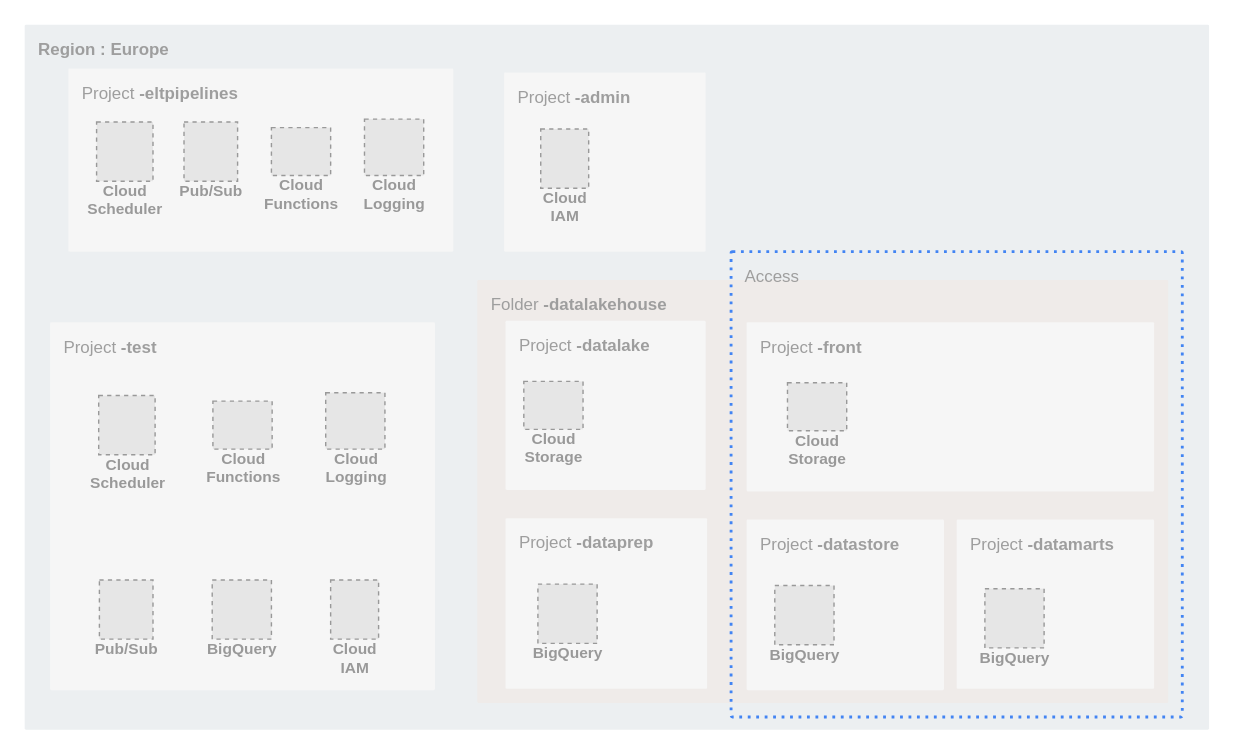
This is page "Services" (1 of 2) of GCP_dataplatform_architecture.drawio from brocolidata/diagrams_studio, a draw.io file, before an edit. Source tidied: cells renumbered, new cells numbered last; positions are measured from the earlier drawing's top-left corner, leaving out a move shared by most shapes. Both pictures are drawn from the tidied source at 141%, with x=0, y=0 at pixel (24, 24). Pictures stored in the file or linked from it are replaced by grey dashed boxes.
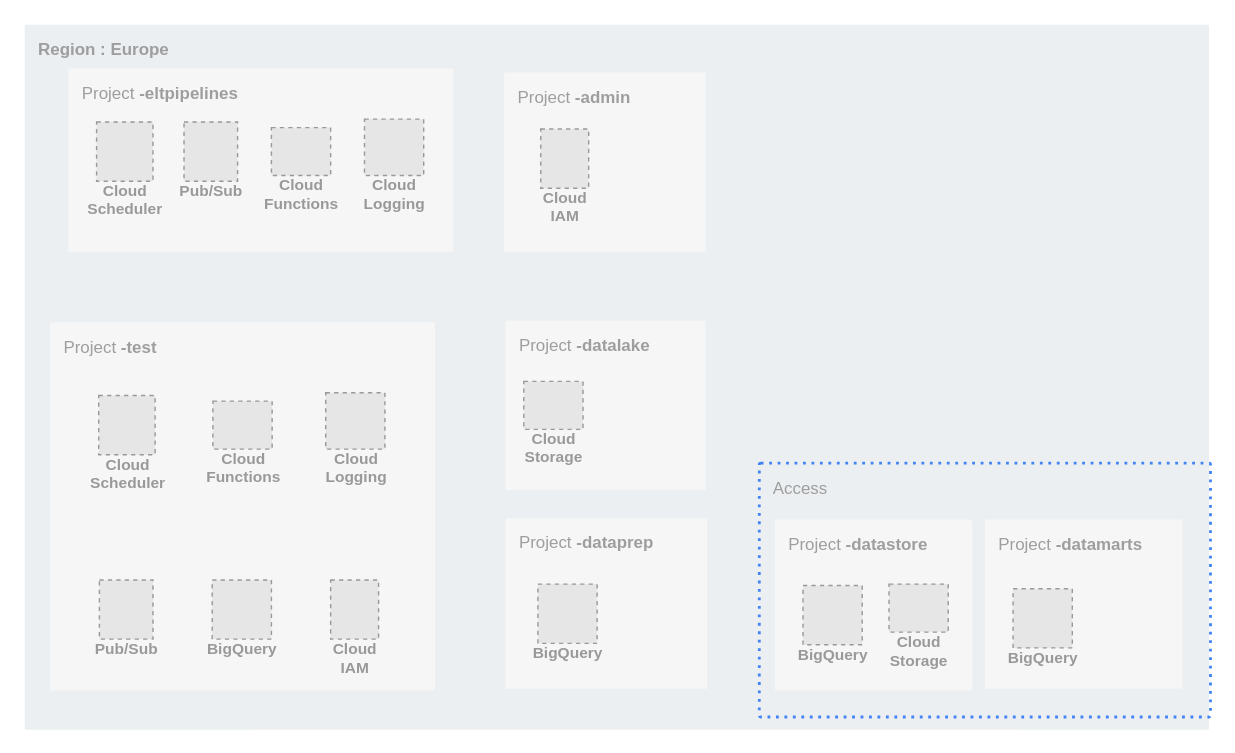
After the change.

Commit message (it also covers changes not shown here):
feat: update GCP architecture

- version 2023.11.9 of the GCP serveless architecture

The edit, as a diff of the source:
```diff
@@
-    <mxCell id="3" value="Folder &lt;b&gt;-datalakehouse&lt;/b&gt;" style="sketch=0;rounded=1;absoluteArcSize=1;arcSize=2;html=1;strokeColor=none;gradientColor=none;shadow=0;dashed=0;fontSize=12;fontColor=#9E9E9E;align=left;verticalAlign=top;spacing=10;spacingTop=-4;fillColor=#EFEBE9;" parent="1" vertex="1">
-      <mxGeometry x="321" y="181" width="490" height="300" as="geometry" />
-    </mxCell>
     <mxCell id="4" value="Access" style="rounded=1;absoluteArcSize=1;arcSize=2;html=1;strokeColor=none;gradientColor=none;shadow=0;dashed=1;strokeColor=#4284F3;fontSize=12;fontColor=#9E9E9E;align=left;verticalAlign=top;spacing=10;spacingTop=-4;fillColor=none;dashPattern=1 2;strokeWidth=2;" parent="1" vertex="1">
-      <mxGeometry x="501" y="161" width="320" height="330" as="geometry" />
+      <mxGeometry x="521" y="311" width="320" height="180" as="geometry" />
     </mxCell>
@@
     <mxCell id="7" value="Project &lt;b&gt;-datastore&lt;/b&gt;" style="sketch=0;rounded=1;absoluteArcSize=1;arcSize=2;html=1;strokeColor=none;gradientColor=none;shadow=0;dashed=0;fontSize=12;fontColor=#9E9E9E;align=left;verticalAlign=top;spacing=10;spacingTop=-4;fillColor=#F6F6F6;" parent="1" vertex="1">
-      <mxGeometry x="512" y="351" width="140" height="121" as="geometry" />
+      <mxGeometry x="532" y="351" width="140" height="121" as="geometry" />
     </mxCell>
     <mxCell id="8" value="Project &lt;b&gt;-datamarts&lt;/b&gt;" style="sketch=0;rounded=1;absoluteArcSize=1;arcSize=2;html=1;strokeColor=none;gradientColor=none;shadow=0;dashed=0;fontSize=12;fontColor=#9E9E9E;align=left;verticalAlign=top;spacing=10;spacingTop=-4;fillColor=#F6F6F6;" parent="1" vertex="1">
-      <mxGeometry x="661" y="351" width="140" height="120" as="geometry" />
+      <mxGeometry x="681" y="351" width="140" height="120" as="geometry" />
     </mxCell>
-    <mxCell id="9" value="Project &lt;b&gt;-front&lt;/b&gt;" style="sketch=0;rounded=1;absoluteArcSize=1;arcSize=2;html=1;strokeColor=none;gradientColor=none;shadow=0;dashed=0;fontSize=12;fontColor=#9E9E9E;align=left;verticalAlign=top;spacing=10;spacingTop=-4;fillColor=#F6F6F6;" parent="1" vertex="1">
-      <mxGeometry x="512" y="211" width="289" height="120" as="geometry" />
-    </mxCell>
@@
     <mxCell id="18" value="BigQuery" style="fillColor=#E6E6E6;strokeColor=#999999;dashed=1;html=1;verticalAlign=top;labelPosition=center;verticalLabelPosition=bottom;align=center;spacingTop=-6;fontSize=11;fontStyle=1;fontColor=#999999;" parent="1" vertex="1">
-      <mxGeometry x="532" y="397.8" width="42" height="42" as="geometry" />
+      <mxGeometry x="552" y="397.8" width="42" height="42" as="geometry" />
     </mxCell>
     <mxCell id="19" value="BigQuery" style="fillColor=#E6E6E6;strokeColor=#999999;dashed=1;html=1;verticalAlign=top;labelPosition=center;verticalLabelPosition=bottom;align=center;spacingTop=-6;fontSize=11;fontStyle=1;fontColor=#999999;" parent="1" vertex="1">
-      <mxGeometry x="681" y="400" width="42" height="42" as="geometry" />
+      <mxGeometry x="701" y="400" width="42" height="42" as="geometry" />
     </mxCell>
@@
     <mxCell id="28" value="Cloud&#10;Storage" style="fillColor=#E6E6E6;strokeColor=#999999;dashed=1;html=1;verticalAlign=top;labelPosition=center;verticalLabelPosition=bottom;align=center;spacingTop=-6;fontSize=11;fontStyle=1;fontColor=#999999;" parent="1" vertex="1">
-      <mxGeometry x="541" y="254" width="42" height="34" as="geometry" />
+      <mxGeometry x="613" y="396.8" width="42" height="34" as="geometry" />
     </mxCell>
```
